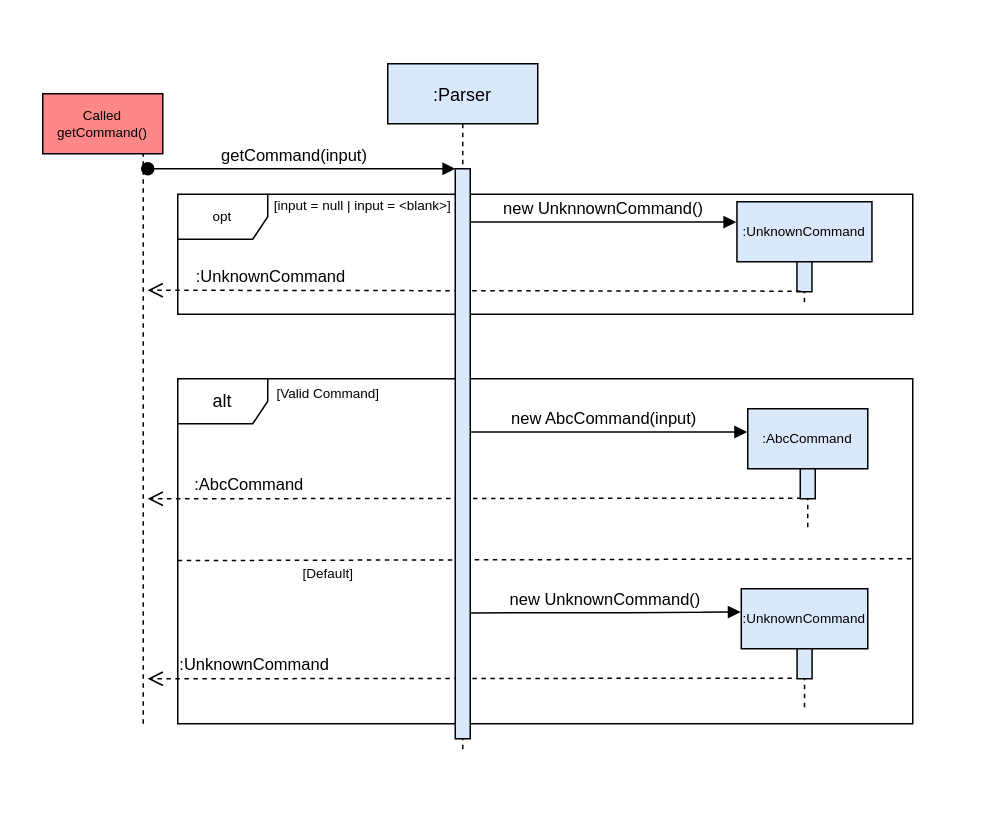
This is page "Page-2" (2 of 2) of UMLdiagrams/ParserDiagrams/Parser Sequence Diag.drawio from thaddyyz/tp, a draw.io file, before an edit. Source tidied: cells renumbered, new cells numbered last; positions are measured from the earlier drawing's top-left corner, leaving out a move shared by most shapes. Both pictures are drawn from the tidied source at 150%, with x=0, y=0 at pixel (42, 63).
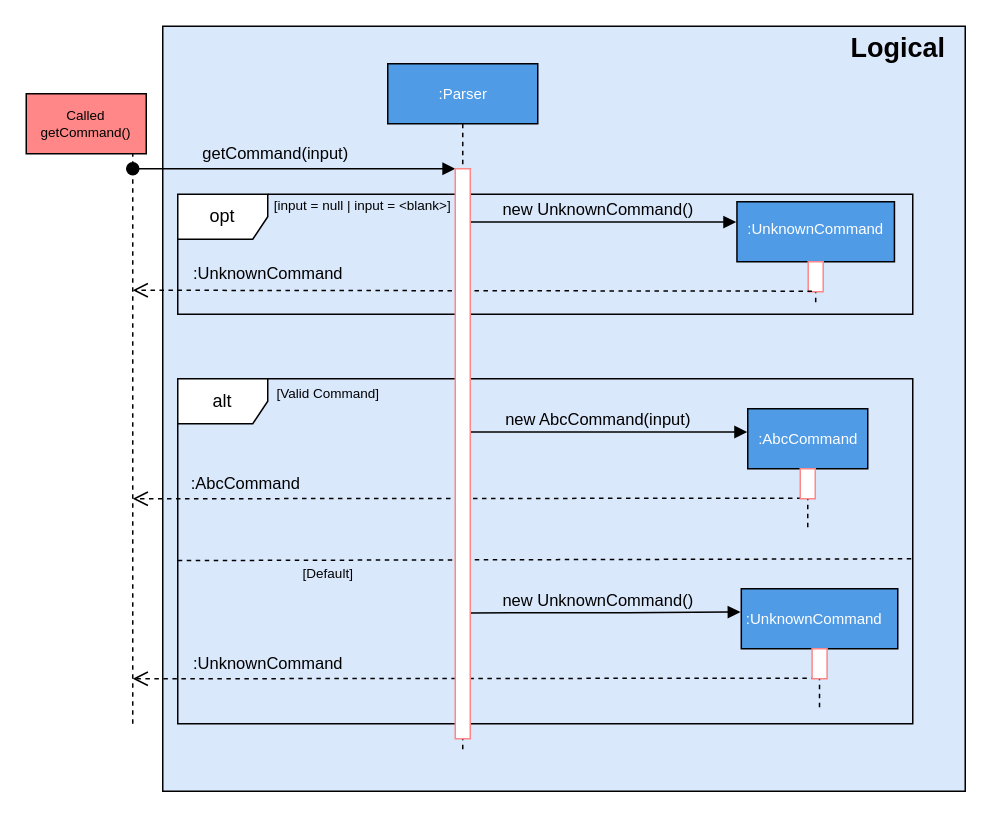
After the change.

Diff of the diagram source:
```diff
@@
+    <mxCell id="25" style="rounded=0;whiteSpace=wrap;html=1;fillColor=#DAE8FC;align=center;" parent="1" vertex="1">
+      <mxGeometry x="80" y="-25" width="535" height="510" as="geometry" />
+    </mxCell>
@@
-    <mxCell id="3" value=":UnknownCommand" style="verticalAlign=bottom;endArrow=open;dashed=1;endSize=8;shadow=0;strokeWidth=1;exitX=0.252;exitY=0.981;exitDx=0;exitDy=0;exitPerimeter=0;" parent="1" edge="1" source="17">
-      <mxGeometry x="0.67" relative="1" as="geometry">
-        <mxPoint x="70" y="410" as="targetPoint" />
+    <mxCell id="3" style="verticalAlign=bottom;endArrow=open;dashed=1;endSize=8;shadow=0;strokeWidth=1;exitX=0.252;exitY=0.981;exitDx=0;exitDy=0;exitPerimeter=0;" parent="1" edge="1" source="17">
+      <mxGeometry x="0.6" relative="1" as="geometry">
+        <mxPoint x="60" y="410" as="targetPoint" />
       </mxGeometry>
     </mxCell>
-    <mxCell id="4" value=":AbcCommand" style="verticalAlign=bottom;endArrow=open;dashed=1;endSize=8;shadow=0;strokeWidth=1;exitX=0.083;exitY=0.981;exitDx=0;exitDy=0;exitPerimeter=0;" parent="1" edge="1" source="6">
+    <mxCell id="4" style="verticalAlign=bottom;endArrow=open;dashed=1;endSize=8;shadow=0;strokeWidth=1;exitX=0.083;exitY=0.981;exitDx=0;exitDy=0;exitPerimeter=0;fillColor=#DAE8FC;" parent="1" edge="1" source="6">
       <mxGeometry x="0.69" relative="1" as="geometry">
-        <mxPoint x="70" y="290" as="targetPoint" />
+        <mxPoint x="60" y="290" as="targetPoint" />
       </mxGeometry>
     </mxCell>
-    <mxCell id="5" value=":AbcCommand" style="shape=umlLifeline;perimeter=lifelinePerimeter;rounded=0;shadow=0;strokeWidth=1;fontSize=9;fillColor=#DAE8FC;" parent="1" vertex="1">
+    <mxCell id="5" style="shape=umlLifeline;perimeter=lifelinePerimeter;rounded=0;shadow=0;strokeWidth=1;fontSize=9;fillColor=#509BE6;" parent="1" vertex="1">
       <mxGeometry x="470" y="230" width="80" height="80" as="geometry" />
     </mxCell>
-    <mxCell id="6" style="points=[];perimeter=orthogonalPerimeter;rounded=0;shadow=0;strokeWidth=1;fillColor=#DAE8FC;" parent="5" vertex="1">
+    <mxCell id="6" style="points=[];perimeter=orthogonalPerimeter;rounded=0;shadow=0;strokeWidth=1;fillColor=#FFFFFF;strokeColor=#FF8787;" parent="5" vertex="1">
       <mxGeometry x="35" y="40" width="10" height="20" as="geometry" />
     </mxCell>
+    <mxCell id="26" value="&lt;span style=&quot;color: rgb(255 , 255 , 255)&quot;&gt;&lt;font style=&quot;font-size: 10px&quot;&gt;:AbcCommand&lt;/font&gt;&lt;/span&gt;" style="text;html=1;align=center;verticalAlign=middle;strokeColor=none;fillColor=none;fontSize=9;" parent="5" vertex="1">
+      <mxGeometry y="10" width="80" height="20" as="geometry" />
+    </mxCell>
-    <mxCell id="7" value="new AbcCommand(input)" style="verticalAlign=bottom;endArrow=block;shadow=0;strokeWidth=1;entryX=-0.005;entryY=0.194;entryDx=0;entryDy=0;entryPerimeter=0;startArrow=none;" parent="1" edge="1" source="22" target="5">
+    <mxCell id="7" style="verticalAlign=bottom;endArrow=block;shadow=0;strokeWidth=1;entryX=-0.005;entryY=0.194;entryDx=0;entryDy=0;entryPerimeter=0;startArrow=none;" parent="1" edge="1" source="22" target="5">
       <mxGeometry relative="1" as="geometry" />
     </mxCell>
     <mxCell id="8" style="endArrow=none;dashed=1;html=1;rounded=0;fontSize=9;" parent="1" edge="1">
       <mxGeometry relative="1" as="geometry">
-        <mxPoint x="67" y="440" as="sourcePoint" />
-        <mxPoint x="67" y="20" as="targetPoint" />
+        <mxPoint x="60" y="440" as="sourcePoint" />
+        <mxPoint x="60" y="20" as="targetPoint" />
       </mxGeometry>
     </mxCell>
     <mxCell id="9" value="Called getCommand()" style="rounded=0;whiteSpace=wrap;html=1;fontSize=9;fillColor=#FF8787;" parent="1" vertex="1">
-      <mxGeometry y="20" width="80" height="40" as="geometry" />
+      <mxGeometry x="-11" y="20" width="80" height="40" as="geometry" />
     </mxCell>
-    <mxCell id="10" value="opt" style="shape=umlFrame;whiteSpace=wrap;html=1;fontSize=9;" parent="1" vertex="1">
+    <mxCell id="10" value="&lt;font style=&quot;font-size: 12px&quot;&gt;opt&lt;/font&gt;" style="shape=umlFrame;whiteSpace=wrap;html=1;fontSize=9;" parent="1" vertex="1">
       <mxGeometry x="90" y="87" width="490" height="80" as="geometry" />
     </mxCell>
-    <mxCell id="11" value=":UnknownCommand" style="shape=umlLifeline;perimeter=lifelinePerimeter;rounded=0;shadow=0;strokeWidth=1;fontSize=9;fillColor=#DAE8FC;" parent="1" vertex="1">
-      <mxGeometry x="462.8" y="92" width="90" height="70" as="geometry" />
+    <mxCell id="11" style="shape=umlLifeline;perimeter=lifelinePerimeter;rounded=0;shadow=0;strokeWidth=1;fontSize=9;fillColor=#509BE6;" parent="1" vertex="1">
+      <mxGeometry x="462.8" y="92" width="105" height="70" as="geometry" />
     </mxCell>
-    <mxCell id="12" style="points=[];perimeter=orthogonalPerimeter;rounded=0;shadow=0;strokeWidth=1;fillColor=#DAE8FC;" parent="11" vertex="1">
-      <mxGeometry x="40" y="40" width="10" height="20" as="geometry" />
+    <mxCell id="12" style="points=[];perimeter=orthogonalPerimeter;rounded=0;shadow=0;strokeWidth=1;fillColor=#FFFFFF;strokeColor=#FF8787;" parent="11" vertex="1">
+      <mxGeometry x="47.5" y="40" width="10" height="20" as="geometry" />
     </mxCell>
+    <mxCell id="27" value="&lt;span style=&quot;color: rgb(255 , 255 , 255)&quot;&gt;&lt;font style=&quot;font-size: 10px&quot;&gt;:UnknownCommand&lt;/font&gt;&lt;/span&gt;" style="text;html=1;align=center;verticalAlign=middle;strokeColor=none;fillColor=none;fontSize=9;" parent="11" vertex="1">
+      <mxGeometry x="-2.5" y="8" width="110" height="20" as="geometry" />
+    </mxCell>
-    <mxCell id="13" value=":UnknownCommand" style="verticalAlign=bottom;endArrow=open;dashed=1;endSize=8;shadow=0;strokeWidth=1;exitX=0.252;exitY=0.981;exitDx=0;exitDy=0;exitPerimeter=0;" parent="1" edge="1" source="12">
+    <mxCell id="13" style="verticalAlign=bottom;endArrow=open;dashed=1;endSize=8;shadow=0;strokeWidth=1;exitX=0.252;exitY=0.981;exitDx=0;exitDy=0;exitPerimeter=0;" parent="1" edge="1" source="12">
       <mxGeometry x="0.62" relative="1" as="geometry">
-        <mxPoint x="70" y="151" as="targetPoint" />
+        <mxPoint x="60" y="151" as="targetPoint" />
       </mxGeometry>
     </mxCell>
-    <mxCell id="14" value="new UnknnownCommand()" style="verticalAlign=bottom;endArrow=block;shadow=0;strokeWidth=1;entryX=-0.005;entryY=0.194;entryDx=0;entryDy=0;entryPerimeter=0;" parent="1" edge="1" target="11">
+    <mxCell id="14" style="verticalAlign=bottom;endArrow=block;shadow=0;strokeWidth=1;entryX=-0.005;entryY=0.194;entryDx=0;entryDy=0;entryPerimeter=0;fillColor=#DAE8FC;" parent="1" edge="1" target="11">
       <mxGeometry relative="1" as="geometry">
         <mxPoint x="285" y="105.5" as="sourcePoint" />
       </mxGeometry>
     </mxCell>
@@
-    <mxCell id="16" value=":UnknownCommand" style="shape=umlLifeline;perimeter=lifelinePerimeter;rounded=0;shadow=0;strokeWidth=1;fontSize=9;fillColor=#DAE8FC;" parent="1" vertex="1">
-      <mxGeometry x="465.7" y="350" width="84.3" height="80" as="geometry" />
+    <mxCell id="16" style="shape=umlLifeline;perimeter=lifelinePerimeter;rounded=0;shadow=0;strokeWidth=1;fontSize=9;fillColor=#509BE6;" parent="1" vertex="1">
+      <mxGeometry x="465.7" y="350" width="104.3" height="80" as="geometry" />
     </mxCell>
-    <mxCell id="17" style="points=[];perimeter=orthogonalPerimeter;rounded=0;shadow=0;strokeWidth=1;fillColor=#DAE8FC;" parent="16" vertex="1">
-      <mxGeometry x="37.2" y="40" width="10" height="20" as="geometry" />
+    <mxCell id="17" style="points=[];perimeter=orthogonalPerimeter;rounded=0;shadow=0;strokeWidth=1;fillColor=#FFFFFF;strokeColor=#FF8787;" parent="16" vertex="1">
+      <mxGeometry x="47.2" y="40" width="10" height="20" as="geometry" />
     </mxCell>
+    <mxCell id="28" value="&lt;span style=&quot;color: rgb(255 , 255 , 255)&quot;&gt;&lt;font style=&quot;font-size: 10px&quot;&gt;:UnknownCommand&lt;/font&gt;&lt;/span&gt;" style="text;html=1;align=center;verticalAlign=middle;strokeColor=none;fillColor=none;fontSize=9;" parent="16" vertex="1">
+      <mxGeometry x="-6.4" y="10" width="110" height="20" as="geometry" />
+    </mxCell>
-    <mxCell id="18" value="new UnknownCommand()" style="verticalAlign=bottom;endArrow=block;shadow=0;strokeWidth=1;entryX=-0.005;entryY=0.194;entryDx=0;entryDy=0;entryPerimeter=0;exitX=1.033;exitY=0.733;exitDx=0;exitDy=0;exitPerimeter=0;" parent="1" edge="1" target="16">
+    <mxCell id="18" style="verticalAlign=bottom;endArrow=block;shadow=0;strokeWidth=1;entryX=-0.005;entryY=0.194;entryDx=0;entryDy=0;entryPerimeter=0;exitX=1.033;exitY=0.733;exitDx=0;exitDy=0;exitPerimeter=0;fillColor=#DAE8FC;" parent="1" edge="1" target="16">
       <mxGeometry relative="1" as="geometry">
         <mxPoint x="285.3" y="366.1" as="sourcePoint" />
         <Array as="points">
           <mxPoint x="380" y="366" />
         </Array>
       </mxGeometry>
     </mxCell>
@@
-    <mxCell id="22" value=":Parser" style="shape=umlLifeline;perimeter=lifelinePerimeter;rounded=0;shadow=0;strokeWidth=1;fillColor=#DAE8FC;" parent="1" vertex="1">
+    <mxCell id="22" style="shape=umlLifeline;perimeter=lifelinePerimeter;rounded=0;shadow=0;strokeWidth=1;fillColor=#509BE6;" parent="1" vertex="1">
       <mxGeometry x="230" width="100" height="460" as="geometry" />
     </mxCell>
-    <mxCell id="23" value="getCommand(input)" style="verticalAlign=bottom;startArrow=oval;endArrow=block;startSize=8;shadow=0;strokeWidth=1;" parent="22" edge="1" target="24">
+    <mxCell id="23" style="verticalAlign=bottom;startArrow=oval;endArrow=block;startSize=8;shadow=0;strokeWidth=1;" parent="22" edge="1" target="24">
       <mxGeometry x="-0.04" relative="1" as="geometry">
-        <mxPoint x="-160" y="70" as="sourcePoint" />
+        <mxPoint x="-170" y="70" as="sourcePoint" />
       </mxGeometry>
     </mxCell>
-    <mxCell id="24" style="points=[];perimeter=orthogonalPerimeter;rounded=0;shadow=0;strokeWidth=1;fillColor=#DAE8FC;" parent="22" vertex="1">
+    <mxCell id="24" style="points=[];perimeter=orthogonalPerimeter;rounded=0;shadow=0;strokeWidth=1;fillColor=#FFFFFF;strokeColor=#FF8787;" parent="22" vertex="1">
       <mxGeometry x="45" y="70" width="10" height="380" as="geometry" />
     </mxCell>
+    <mxCell id="29" value="&lt;span style=&quot;color: rgb(255 , 255 , 255)&quot;&gt;&lt;font style=&quot;font-size: 10px&quot;&gt;:Parser&lt;/font&gt;&lt;/span&gt;" style="text;html=1;align=center;verticalAlign=middle;strokeColor=none;fillColor=none;fontSize=9;" parent="22" vertex="1">
+      <mxGeometry x="25" y="10" width="50" height="20" as="geometry" />
+    </mxCell>
+    <mxCell id="30" value="&lt;b&gt;&lt;font style=&quot;font-size: 18px&quot;&gt;Logical&lt;/font&gt;&lt;/b&gt;" style="text;html=1;align=center;verticalAlign=middle;strokeColor=none;fillColor=none;fontSize=9;" parent="1" vertex="1">
+      <mxGeometry x="530" y="-20" width="80" height="20" as="geometry" />
+    </mxCell>
+    <mxCell id="31" value="&lt;font style=&quot;font-size: 11px&quot;&gt;:UnknownCommand&lt;/font&gt;" style="text;html=1;align=center;verticalAlign=middle;strokeColor=none;fillColor=none;fontSize=9;" parent="1" vertex="1">
+      <mxGeometry x="90" y="390" width="120" height="20" as="geometry" />
+    </mxCell>
+    <mxCell id="32" value="&lt;font style=&quot;font-size: 11px&quot;&gt;:AbcCommand&lt;/font&gt;" style="text;html=1;align=center;verticalAlign=middle;strokeColor=none;fillColor=none;fontSize=9;" parent="1" vertex="1">
+      <mxGeometry x="90" y="270" width="90" height="20" as="geometry" />
+    </mxCell>
+    <mxCell id="33" value="&lt;font style=&quot;font-size: 11px&quot;&gt;:UnknownCommand&lt;/font&gt;" style="text;html=1;align=center;verticalAlign=middle;strokeColor=none;fillColor=none;fontSize=9;" parent="1" vertex="1">
+      <mxGeometry x="90" y="130" width="120" height="20" as="geometry" />
+    </mxCell>
+    <mxCell id="34" value="&lt;font style=&quot;font-size: 11px&quot;&gt;new UnknownCommand()&lt;/font&gt;" style="text;html=1;align=center;verticalAlign=middle;strokeColor=none;fillColor=none;fontSize=9;" parent="1" vertex="1">
+      <mxGeometry x="300" y="87" width="140" height="20" as="geometry" />
+    </mxCell>
+    <mxCell id="35" value="&lt;font style=&quot;font-size: 11px&quot;&gt;new UnknownCommand()&lt;/font&gt;" style="text;html=1;align=center;verticalAlign=middle;strokeColor=none;fillColor=none;fontSize=9;" parent="1" vertex="1">
+      <mxGeometry x="300" y="348" width="140" height="20" as="geometry" />
+    </mxCell>
+    <mxCell id="36" value="&lt;font style=&quot;font-size: 11px&quot;&gt;new AbcCommand(input)&lt;/font&gt;" style="text;html=1;align=center;verticalAlign=middle;strokeColor=none;fillColor=none;fontSize=9;" parent="1" vertex="1">
+      <mxGeometry x="300" y="227" width="140" height="20" as="geometry" />
+    </mxCell>
+    <mxCell id="37" value="&lt;font style=&quot;font-size: 11px&quot;&gt;getCommand(input)&lt;/font&gt;" style="text;html=1;align=center;verticalAlign=middle;strokeColor=none;fillColor=none;fontSize=9;" parent="1" vertex="1">
+      <mxGeometry x="100" y="50" width="110" height="20" as="geometry" />
+    </mxCell>
```
